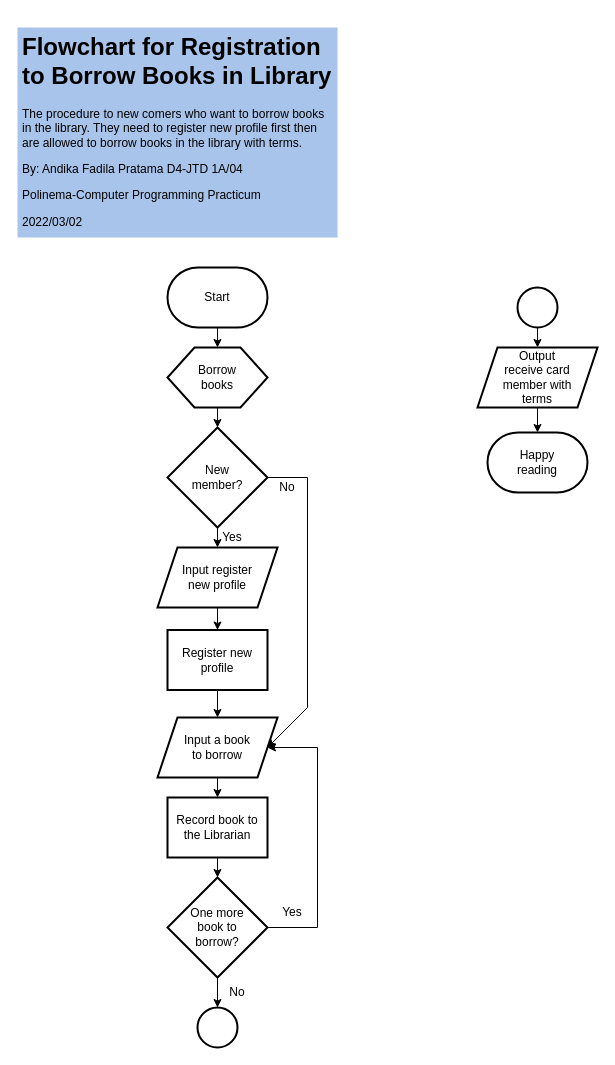
Before: Flowchart of Borrowing Books in Library.drawio in troders34/troders34, a draw.io diagram. Source tidied: cells renumbered, new cells numbered last; positions are measured from the earlier drawing's top-left corner, leaving out a move shared by most shapes. Both pictures are drawn from the tidied source at 100%, with x=0, y=0 at pixel (17, 27).
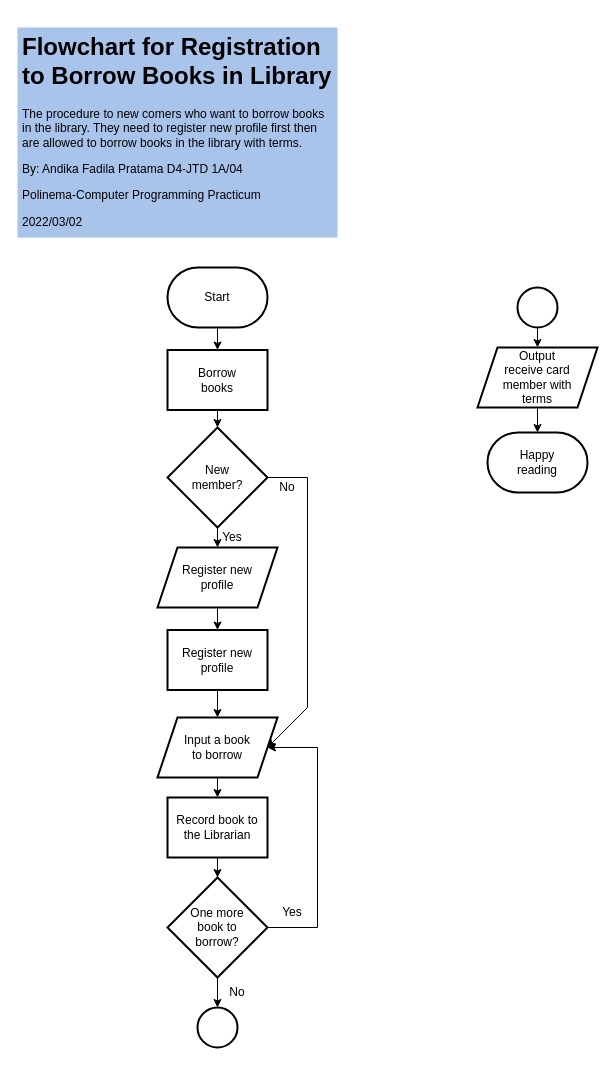
After the change.

Unchanged cells that the change refers to:
```xml
<mxCell id="6" style="strokeWidth=2;html=1;shape=mxgraph.flowchart.terminator;whiteSpace=wrap;" parent="1" vertex="1">
  <mxGeometry x="150" y="240" width="100" height="60" as="geometry" />
</mxCell>
<mxCell id="13" style="strokeWidth=2;html=1;shape=mxgraph.flowchart.decision;whiteSpace=wrap;fillColor=none;" parent="1" vertex="1">
  <mxGeometry x="150" y="400" width="100" height="100" as="geometry" />
</mxCell>
```

The edit, as a diff of the source:
```diff
@@
+    <mxCell id="41" style="html=1;dashed=0;whitespace=wrap;strokeWidth=2;" parent="1" vertex="1">
+      <mxGeometry x="150" y="322.5" width="100" height="60" as="geometry" />
+    </mxCell>
@@
-    <mxCell id="4" style="verticalLabelPosition=bottom;verticalAlign=top;html=1;shape=hexagon;perimeter=hexagonPerimeter2;arcSize=6;size=0.27;strokeWidth=2;" parent="1" vertex="1">
-      <mxGeometry x="150" y="320" width="100" height="60" as="geometry" />
-    </mxCell>
@@
-    <mxCell id="9" style="endArrow=classic;html=1;rounded=0;exitX=0.5;exitY=1;exitDx=0;exitDy=0;exitPerimeter=0;entryX=0.5;entryY=0;entryDx=0;entryDy=0;" parent="1" edge="1" source="6" target="4">
-      <mxGeometry relative="1" as="geometry" />
-    </mxCell>
@@
-    <mxCell id="11" style="endArrow=classic;html=1;rounded=0;entryX=0.5;entryY=0;entryDx=0;entryDy=0;entryPerimeter=0;exitX=0.5;exitY=1;exitDx=0;exitDy=0;" parent="1" edge="1" source="4" target="13">
-      <mxGeometry relative="1" as="geometry" />
-    </mxCell>
     <mxCell id="12" value="Borrow books" style="text;html=1;strokeColor=none;fillColor=none;align=center;verticalAlign=middle;whiteSpace=wrap;rounded=0;" parent="1" vertex="1">
-      <mxGeometry x="170" y="337.5" width="60" height="25" as="geometry" />
+      <mxGeometry x="170" y="340" width="60" height="25" as="geometry" />
     </mxCell>
@@
-    <mxCell id="16" value="Input register new profile" style="text;html=1;strokeColor=none;fillColor=none;align=center;verticalAlign=middle;whiteSpace=wrap;rounded=0;" parent="1" vertex="1">
+    <mxCell id="16" value="Register new profile" style="text;html=1;strokeColor=none;fillColor=none;align=center;verticalAlign=middle;whiteSpace=wrap;rounded=0;" parent="1" vertex="1">
       <mxGeometry x="160" y="535" width="80" height="30" as="geometry" />
     </mxCell>
@@
+    <mxCell id="42" style="endArrow=classic;html=1;rounded=0;exitX=0.5;exitY=1;exitDx=0;exitDy=0;entryX=0.5;entryY=0;entryDx=0;entryDy=0;entryPerimeter=0;" parent="1" edge="1" source="41" target="13">
+      <mxGeometry relative="1" as="geometry" />
+    </mxCell>
+    <mxCell id="43" style="endArrow=classic;html=1;rounded=0;exitX=0.5;exitY=1;exitDx=0;exitDy=0;exitPerimeter=0;entryX=0.5;entryY=0;entryDx=0;entryDy=0;" parent="1" edge="1" source="6" target="41">
+      <mxGeometry relative="1" as="geometry" />
+    </mxCell>
```
